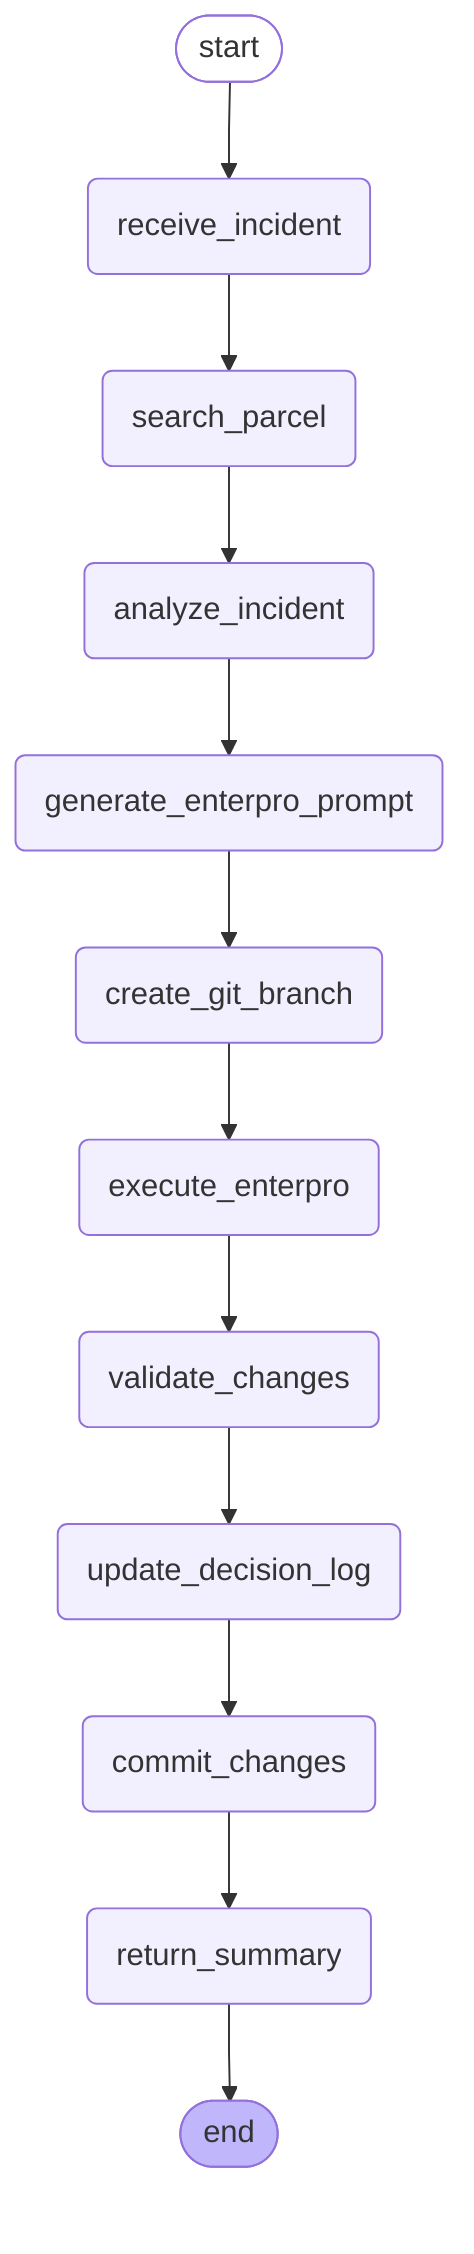
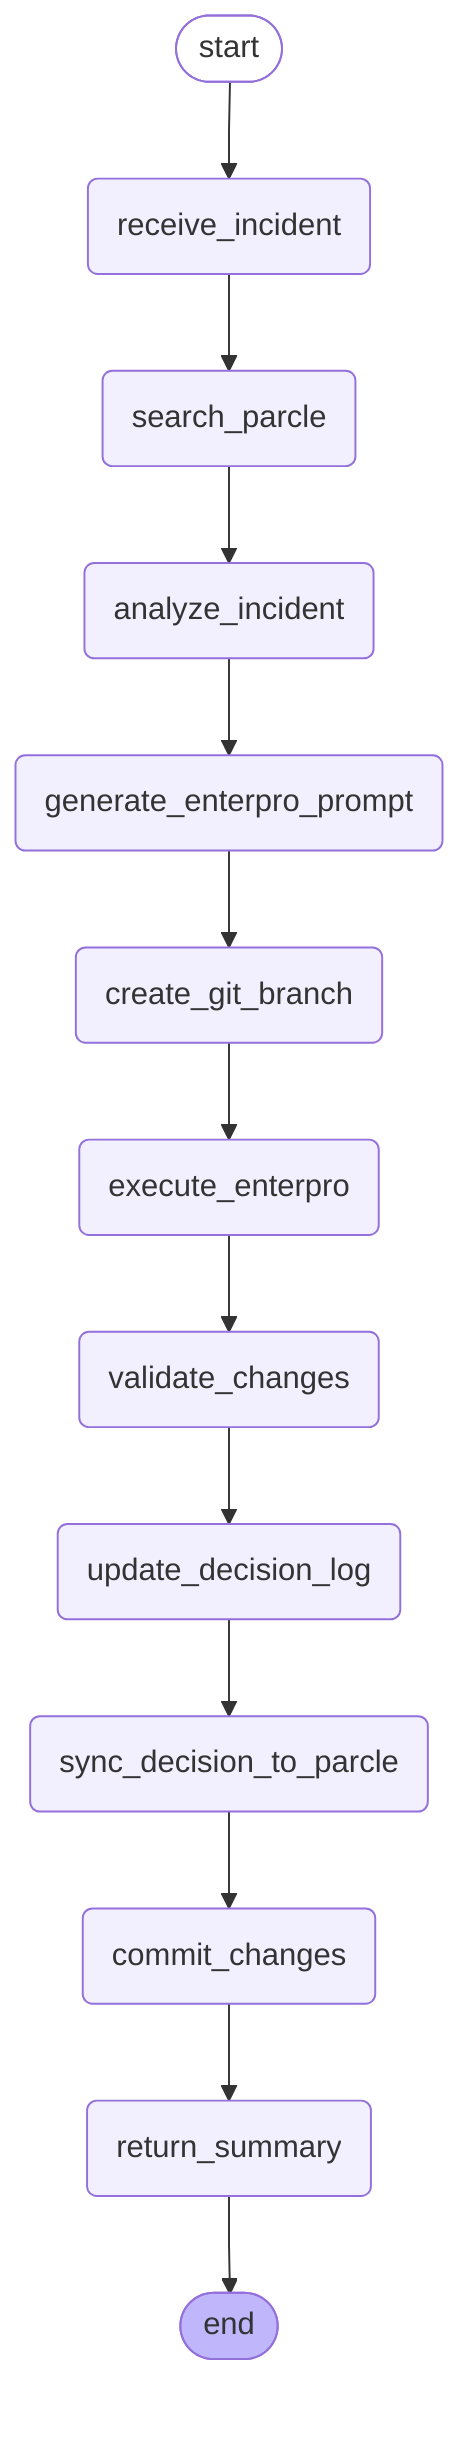
---
config:
  flowchart:
    curve: linear
---
graph TD;
    __start__([start]):::first
    receive_incident(receive_incident)
-     search_parcel(search_parcel)
+     search_parcle(search_parcle)
    analyze_incident(analyze_incident)
    generate_enterpro_prompt(generate_enterpro_prompt)
    create_git_branch(create_git_branch)
    execute_enterpro(execute_enterpro)
    validate_changes(validate_changes)
    update_decision_log(update_decision_log)
+     sync_decision_to_parcle(sync_decision_to_parcle)
    commit_changes(commit_changes)
    return_summary(return_summary)
    __end__([end]):::last
    __start__ --> receive_incident;
-     receive_incident --> search_parcel;
-     search_parcel --> analyze_incident;
+     receive_incident --> search_parcle;
+     search_parcle --> analyze_incident;
    analyze_incident --> generate_enterpro_prompt;
    generate_enterpro_prompt --> create_git_branch;
    create_git_branch --> execute_enterpro;
    execute_enterpro --> validate_changes;
    validate_changes --> update_decision_log;
-     update_decision_log --> commit_changes;
+     update_decision_log --> sync_decision_to_parcle;
+     sync_decision_to_parcle --> commit_changes;
    commit_changes --> return_summary;
    return_summary --> __end__;
    classDef default fill:#f2f0ff,line-height:1.2
    classDef first fill-opacity:0
    classDef last fill:#bfb6fc
